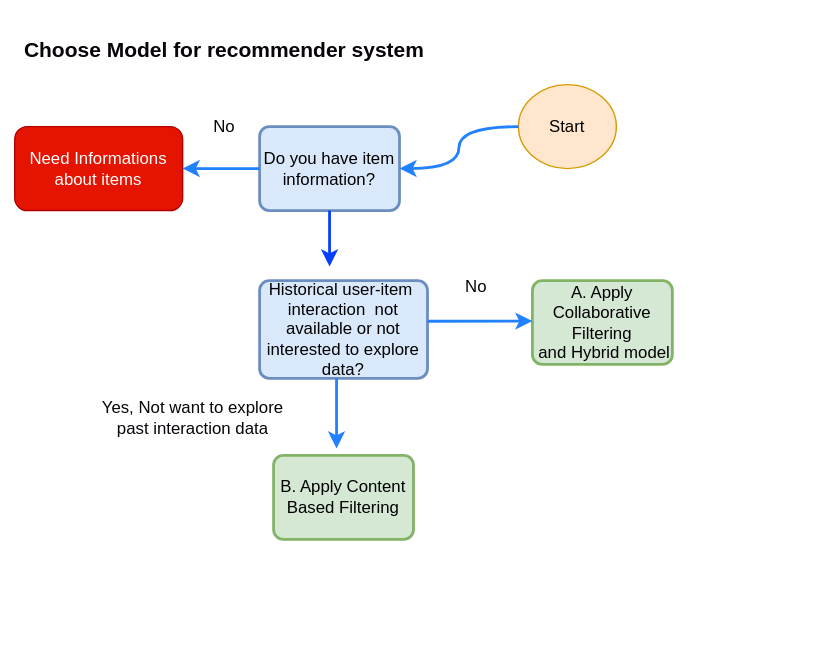
This is images/recommendations_system.svg from csekankan/MTP-Recommender, a draw.io export, as it was before one commit. Source tidied: cells renumbered, new cells last; positions are measured from the earlier drawing's top-left corner, leaving out a move shared by most shapes.
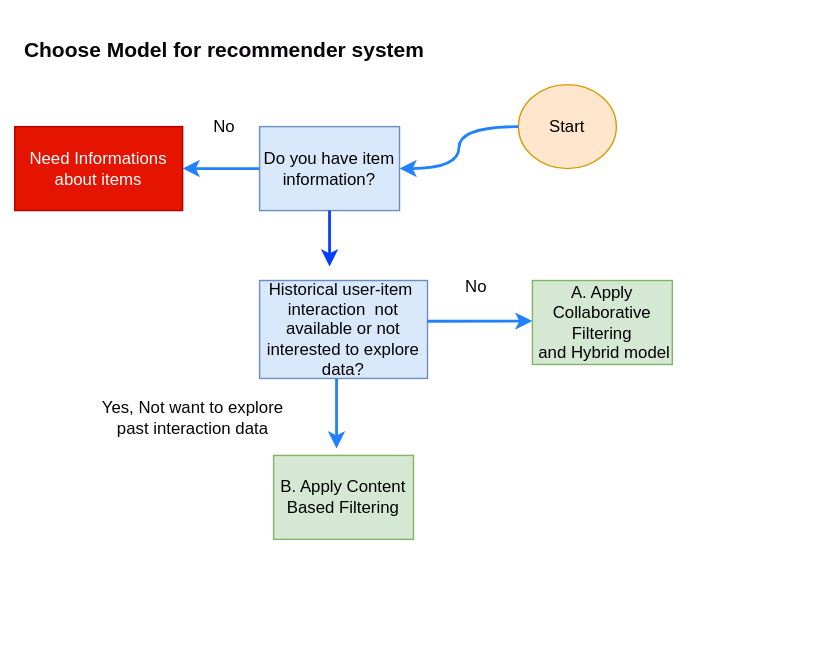
Above is the later version.

What changed in the source:
```diff
@@ -8,7 +8,7 @@
     <mxCell id="3" value="Start" style="ellipse;whiteSpace=wrap;html=1;fillColor=#ffe6cc;strokeColor=#d79b00;" parent="1" vertex="1">
       <mxGeometry x="370" y="60" width="70" height="60" as="geometry" />
     </mxCell>
-    <mxCell id="4" value="Do you have item information?" style="rounded=1;whiteSpace=wrap;html=1;absoluteArcSize=1;arcSize=14;strokeWidth=2;fillColor=#dae8fc;strokeColor=#6c8ebf;" parent="1" vertex="1">
+    <mxCell id="4" value="Do you have item information?" style="rounded=0;whiteSpace=wrap;html=1;absoluteArcSize=1;arcSize=14;strokeWidth=1;fillColor=#dae8fc;strokeColor=#6c8ebf;" parent="1" vertex="1">
       <mxGeometry x="185" y="90" width="100" height="60" as="geometry" />
     </mxCell>
     <mxCell id="5" style="endArrow=classic;html=1;fontColor=#09040A;strokeColor=#2181FF;strokeWidth=2;exitX=0;exitY=0.5;exitDx=0;exitDy=0;entryX=1;entryY=0.5;entryDx=0;entryDy=0;edgeStyle=orthogonalEdgeStyle;elbow=vertical;curved=1;" parent="1" edge="1" source="3" target="4">
@@ -22,22 +22,22 @@
     <mxCell id="7" value="&lt;font color=&quot;#09040a&quot;&gt;No&lt;/font&gt;" style="text;html=1;strokeColor=none;fillColor=none;align=center;verticalAlign=middle;whiteSpace=wrap;rounded=0;fontColor=#FF0000;" parent="1" vertex="1">
       <mxGeometry x="130" y="75" width="60" height="30" as="geometry" />
     </mxCell>
-    <mxCell id="8" value="Need Informations about items" style="rounded=1;whiteSpace=wrap;html=1;fontColor=#ffffff;strokeColor=#B20000;fillColor=#e51400;" parent="1" vertex="1">
+    <mxCell id="8" value="Need Informations about items" style="rounded=0;whiteSpace=wrap;html=1;fontColor=#ffffff;strokeColor=#B20000;fillColor=#e51400;" parent="1" vertex="1">
       <mxGeometry x="10" y="90" width="120" height="60" as="geometry" />
     </mxCell>
     <mxCell id="9" value="&lt;font style=&quot;font-size: 15px;&quot;&gt;&lt;b&gt;Choose Model for recommender system&lt;/b&gt;&lt;/font&gt;" style="text;html=1;strokeColor=none;fillColor=none;align=center;verticalAlign=middle;whiteSpace=wrap;rounded=0;fontSize=12;fontColor=#09040A;" parent="1" vertex="1">
       <mxGeometry x="10" y="20" width="300" height="30" as="geometry" />
     </mxCell>
-    <mxCell id="10" value="A. Apply Collaborative Filtering&lt;br&gt;&amp;nbsp;and Hybrid model" style="rounded=1;whiteSpace=wrap;html=1;absoluteArcSize=1;arcSize=14;strokeWidth=2;fillColor=#d5e8d4;strokeColor=#82b366;" parent="1" vertex="1">
+    <mxCell id="10" value="A. Apply Collaborative Filtering&lt;br&gt;&amp;nbsp;and Hybrid model" style="rounded=0;whiteSpace=wrap;html=1;absoluteArcSize=1;arcSize=14;strokeWidth=1;fillColor=#d5e8d4;strokeColor=#82b366;" parent="1" vertex="1">
       <mxGeometry x="380" y="200" width="100" height="60" as="geometry" />
     </mxCell>
-    <mxCell id="11" value="Historical user-item&amp;nbsp; interaction&amp;nbsp; not available or not interested to explore data?" style="rounded=1;whiteSpace=wrap;html=1;absoluteArcSize=1;arcSize=14;strokeWidth=2;fillColor=#dae8fc;strokeColor=#6c8ebf;" parent="1" vertex="1">
+    <mxCell id="11" value="Historical user-item&amp;nbsp; interaction&amp;nbsp; not available or not interested to explore data?" style="rounded=0;whiteSpace=wrap;html=1;absoluteArcSize=1;arcSize=14;strokeWidth=1;fillColor=#dae8fc;strokeColor=#6c8ebf;" parent="1" vertex="1">
       <mxGeometry x="185" y="200" width="120" height="70" as="geometry" />
     </mxCell>
     <mxCell id="12" value="&lt;font color=&quot;#09040a&quot;&gt;Yes, Not want to explore past interaction data&lt;/font&gt;" style="text;html=1;strokeColor=none;fillColor=none;align=center;verticalAlign=middle;whiteSpace=wrap;rounded=0;fontColor=#FF0000;" parent="1" vertex="1">
       <mxGeometry x="70" y="280.6" width="135" height="35" as="geometry" />
     </mxCell>
-    <mxCell id="13" value="B. Apply Content Based Filtering" style="rounded=1;whiteSpace=wrap;html=1;absoluteArcSize=1;arcSize=14;strokeWidth=2;fillColor=#d5e8d4;strokeColor=#82b366;" parent="1" vertex="1">
+    <mxCell id="13" value="B. Apply Content Based Filtering" style="rounded=0;whiteSpace=wrap;html=1;absoluteArcSize=1;arcSize=14;strokeWidth=1;fillColor=#d5e8d4;strokeColor=#82b366;" parent="1" vertex="1">
       <mxGeometry x="195" y="325" width="100" height="60" as="geometry" />
     </mxCell>
     <mxCell id="14" style="endArrow=classic;html=1;fontSize=12;fontColor=#09040A;strokeColor=#053FFF;strokeWidth=2;curved=1;elbow=vertical;exitX=0.5;exitY=1;exitDx=0;exitDy=0;entryX=0.5;entryY=0;entryDx=0;entryDy=0;" parent="1" edge="1" source="4">
```
